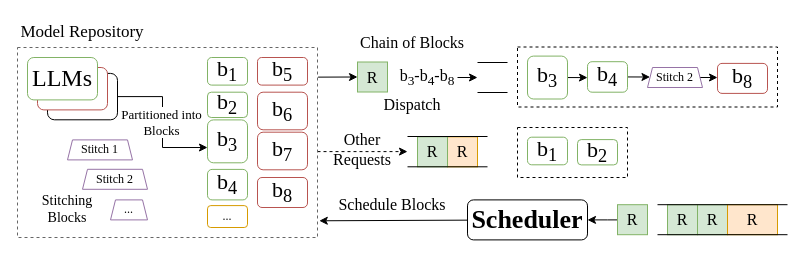
The draw.io diagram block_design.drawio in BDHU/blockllm-diagram, before the edit. Source tidied: cells renumbered, new cells numbered last; positions are measured from the earlier drawing's top-left corner, leaving out a move shared by most shapes. Both pictures are drawn from the tidied source at 100%, with x=0, y=0 at pixel (17, 17).
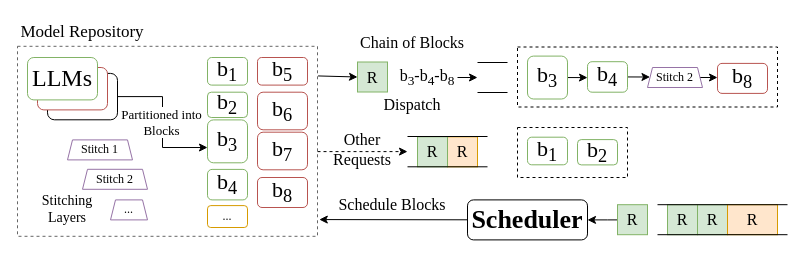
The same page after the edit.

The edit, as a diff of the source:
```diff
@@
-    <mxCell id="21" value="&lt;font face=&quot;Times New Roman&quot; style=&quot;font-size: 13px;&quot;&gt;&lt;font style=&quot;font-size: 14px;&quot;&gt;Stitching Blocks&lt;/font&gt;&lt;br&gt;&lt;/font&gt;" style="text;html=1;align=center;verticalAlign=middle;whiteSpace=wrap;rounded=0;" parent="1" vertex="1">
+    <mxCell id="21" value="&lt;font face=&quot;Times New Roman&quot; style=&quot;font-size: 13px;&quot;&gt;&lt;font style=&quot;font-size: 14px;&quot;&gt;Stitching Layers&lt;/font&gt;&lt;br&gt;&lt;/font&gt;" style="text;html=1;align=center;verticalAlign=middle;whiteSpace=wrap;rounded=0;" parent="1" vertex="1">
       <mxGeometry x="20" y="177.4" width="60" height="30" as="geometry" />
     </mxCell>
@@
     <mxCell id="29" style="rounded=0;whiteSpace=wrap;html=1;fillColor=none;fontColor=#333333;strokeColor=#666666;dashed=1;" parent="1" vertex="1">
-      <mxGeometry y="30" width="300" height="190" as="geometry" />
+      <mxGeometry y="28.8" width="300" height="190" as="geometry" />
     </mxCell>
```
